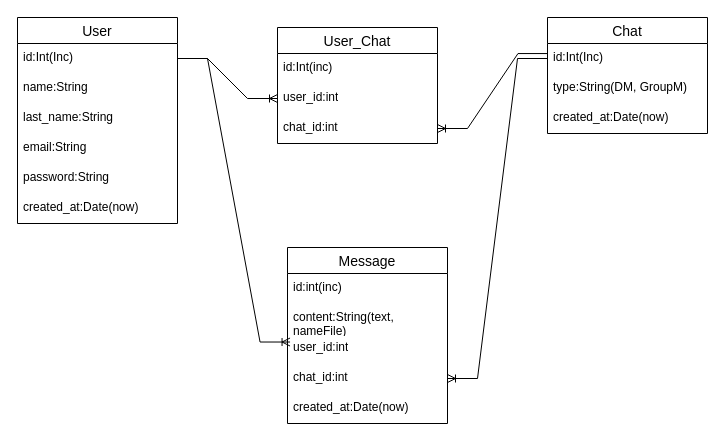
Above: Диаграмма без названия.drawio in lam1to/TestChat (draw.io), before the change. Source tidied: cells renumbered, new cells numbered last; positions are measured from the earlier drawing's top-left corner, leaving out a move shared by most shapes. Both pictures are drawn from the tidied source at 100%, with x=0, y=0 at pixel (17, 17).
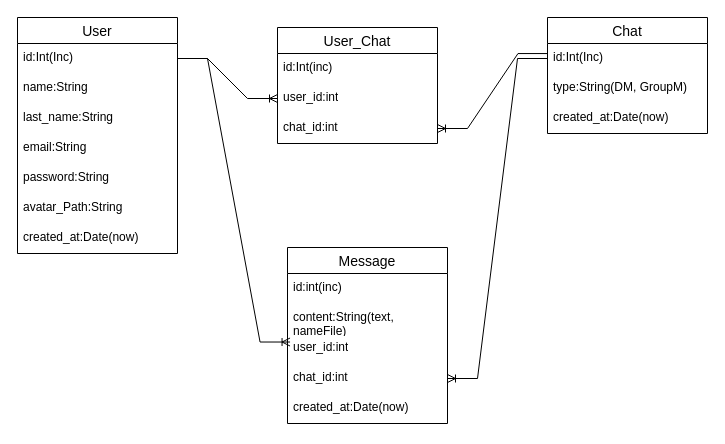
The same page after the edit.

What changed in the source:
```diff
@@
     <mxCell id="2" value="User" style="swimlane;fontStyle=0;horizontal=1;startSize=26;align=center;fontSize=14;" parent="1" vertex="1">
-      <mxGeometry width="160" height="206" as="geometry" />
+      <mxGeometry width="160" height="236" as="geometry" />
     </mxCell>
@@
+    <mxCell id="27" value="avatar_Path:String" style="text;strokeColor=none;fillColor=none;spacingLeft=4;spacingRight=4;overflow=hidden;fontSize=12;whiteSpace=wrap;html=1;" parent="2" vertex="1">
+      <mxGeometry y="176" width="160" height="30" as="geometry" />
+    </mxCell>
     <mxCell id="8" value="created_at:Date(now)" style="text;strokeColor=none;fillColor=none;spacingLeft=4;spacingRight=4;overflow=hidden;fontSize=12;whiteSpace=wrap;html=1;" parent="2" vertex="1">
-      <mxGeometry y="176" width="160" height="30" as="geometry" />
+      <mxGeometry y="206" width="160" height="30" as="geometry" />
     </mxCell>
```
